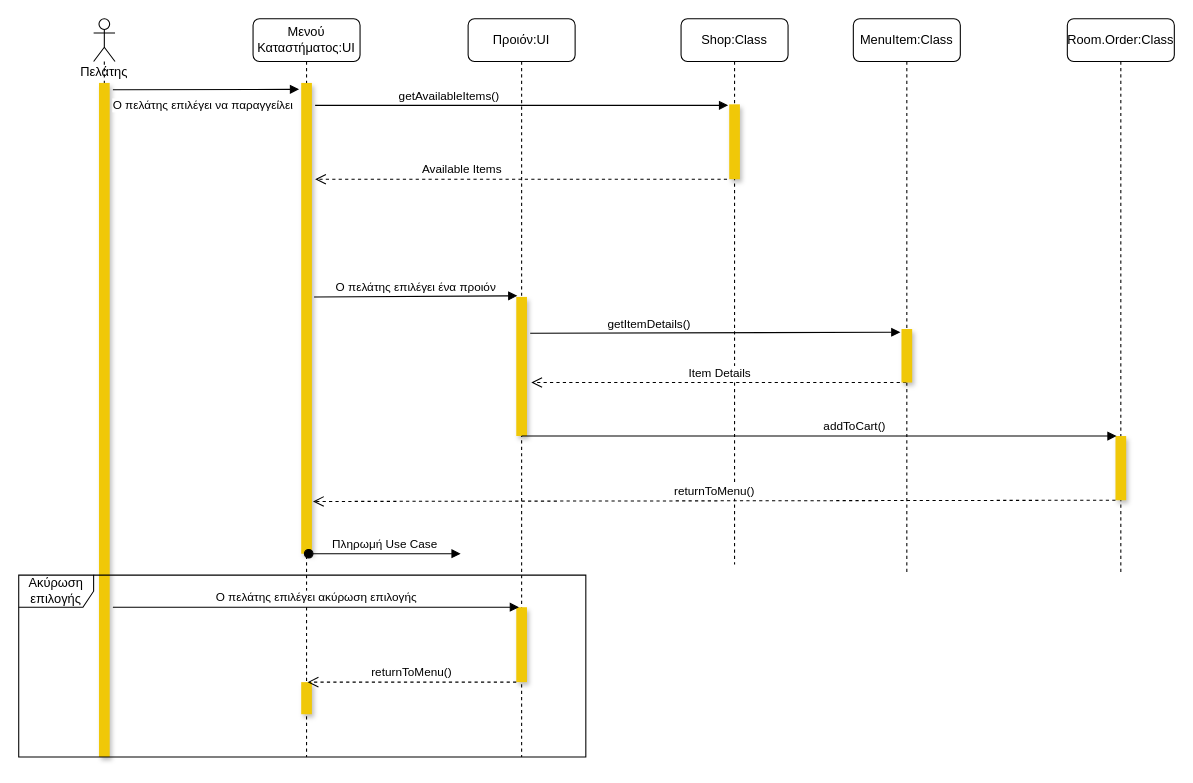
Earlier version of the draw.io diagram docs/contributions/AthanasiaZ/Writing-Charts/Phase5/Use Case Order/order_seq.drawio (iloudaros/nomnomr). Source tidied: cells renumbered, new cells numbered last; positions are measured from the earlier drawing's top-left corner, leaving out a move shared by most shapes. Both pictures are drawn from the tidied source at 107%, with x=0, y=0 at pixel (18, 18).
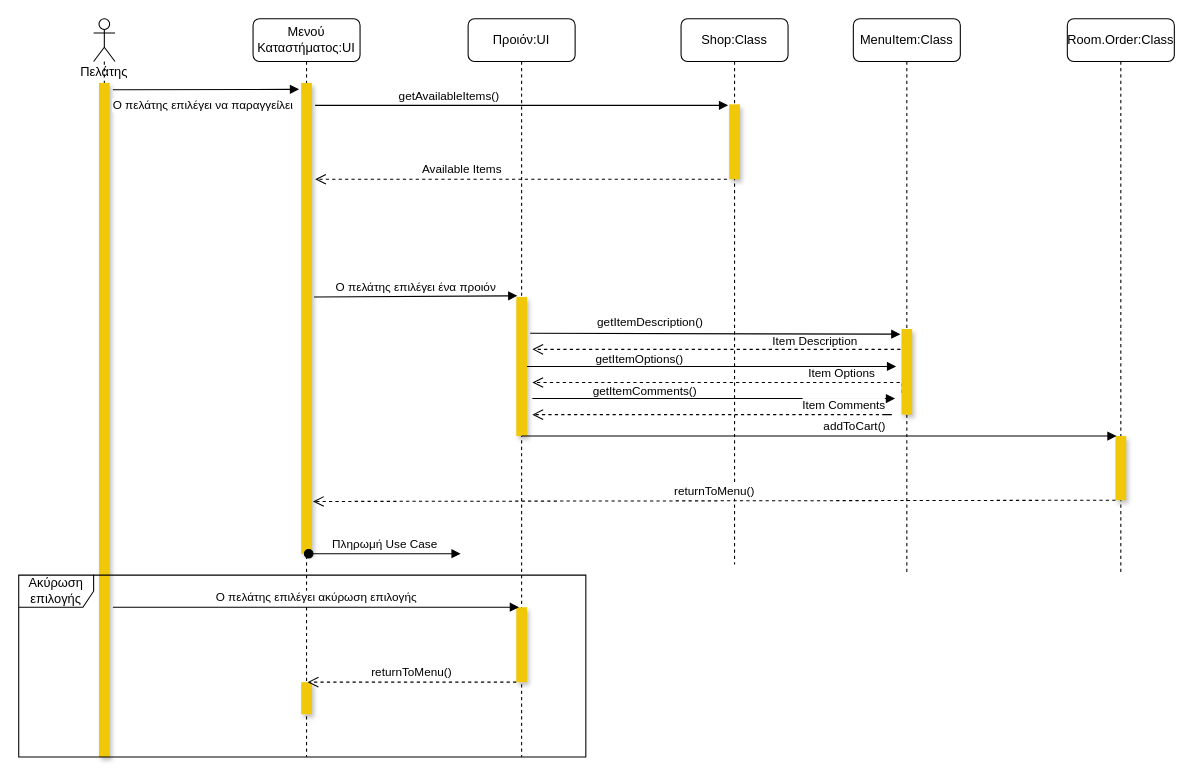
The same page after the edit.

Unchanged cells that the change refers to:
```xml
<mxCell id="10" value="Shop:Class" style="shape=umlLifeline;perimeter=lifelinePerimeter;whiteSpace=wrap;html=1;rounded=1;" parent="1" vertex="1">
  <mxGeometry x="619" width="100" height="510" as="geometry" />
</mxCell>
<mxCell id="14" value="Προιόν:UI" style="shape=umlLifeline;perimeter=lifelinePerimeter;whiteSpace=wrap;html=1;rounded=1;" parent="1" vertex="1">
  <mxGeometry x="420" width="100" height="690" as="geometry" />
</mxCell>
<mxCell id="15" style="html=1;points=[];perimeter=orthogonalPerimeter;rounded=0;fillColor=#F0C808;strokeColor=none;shadow=1;" parent="14" vertex="1">
  <mxGeometry x="45" y="260" width="10" height="130" as="geometry" />
</mxCell>
<mxCell id="25" value="MenuItem:Class" style="shape=umlLifeline;perimeter=lifelinePerimeter;whiteSpace=wrap;html=1;outlineConnect=0;rounded=1;" parent="1" vertex="1">
  <mxGeometry x="780" width="100" height="520" as="geometry" />
</mxCell>
```

Diff of the diagram source:
```diff
@@
+    <mxCell id="13" value="Item Description" style="html=1;verticalAlign=bottom;endArrow=open;dashed=1;endSize=8;rounded=0;edgeStyle=orthogonalEdgeStyle;" parent="1" edge="1">
+      <mxGeometry x="-0.51" y="1" relative="1" as="geometry">
+        <mxPoint x="830" y="309" as="sourcePoint" />
+        <mxPoint x="480" y="309" as="targetPoint" />
+      </mxGeometry>
+    </mxCell>
@@
-    <mxCell id="13" value="Item Details" style="html=1;verticalAlign=bottom;endArrow=open;dashed=1;endSize=8;rounded=0;" parent="10" edge="1" source="25">
-      <mxGeometry relative="1" as="geometry">
-        <mxPoint x="-140" y="340" as="targetPoint" />
-      </mxGeometry>
-    </mxCell>
+    <mxCell id="28" value="Item Options" style="html=1;verticalAlign=bottom;endArrow=open;dashed=1;endSize=8;rounded=0;edgeStyle=orthogonalEdgeStyle;exitX=0.06;exitY=0.376;exitDx=0;exitDy=0;exitPerimeter=0;" parent="10" edge="1">
+      <mxGeometry x="-0.63" relative="1" as="geometry">
+        <mxPoint x="206.6" y="349.8" as="sourcePoint" />
+        <mxPoint x="-139" y="340" as="targetPoint" />
+        <Array as="points">
+          <mxPoint x="207" y="340" />
+        </Array>
+      </mxGeometry>
+    </mxCell>
@@
-    <mxCell id="18" value="getItemDetails()" style="html=1;verticalAlign=bottom;endArrow=block;rounded=0;entryX=-0.1;entryY=0.06;entryDx=0;entryDy=0;entryPerimeter=0;" parent="14" edge="1" target="26">
-      <mxGeometry x="-0.36" y="-1" relative="1" as="geometry">
+    <mxCell id="18" value="getItemDescription()" style="html=1;verticalAlign=bottom;endArrow=block;rounded=0;entryX=-0.1;entryY=0.06;entryDx=0;entryDy=0;entryPerimeter=0;" parent="14" edge="1" target="26">
+      <mxGeometry x="-0.35" y="1" relative="1" as="geometry">
         <mxPoint x="58" y="294" as="sourcePoint" />
       </mxGeometry>
     </mxCell>
@@
     <mxCell id="26" style="html=1;points=[];perimeter=orthogonalPerimeter;rounded=0;fillColor=#F0C808;strokeColor=none;shadow=1;" parent="25" vertex="1">
-      <mxGeometry x="45" y="290" width="10" height="50" as="geometry" />
+      <mxGeometry x="45" y="290" width="10" height="80" as="geometry" />
     </mxCell>
@@
+    <mxCell id="29" style="edgeStyle=orthogonalEdgeStyle;rounded=0;jettySize=auto;html=1;endArrow=block;endFill=1;" parent="1" edge="1" source="15">
+      <mxGeometry relative="1" as="geometry">
+        <mxPoint x="820" y="325" as="targetPoint" />
+      </mxGeometry>
+    </mxCell>
+    <mxCell id="30" value="&lt;font style=&quot;font-size: 11px;&quot;&gt;getItemOptions()&lt;/font&gt;" style="text;html=1;align=center;verticalAlign=middle;strokeColor=none;fillColor=none;" parent="1" vertex="1">
+      <mxGeometry x="530" y="308" width="100" height="20" as="geometry" />
+    </mxCell>
+    <mxCell id="31" value="getItemComments()" style="html=1;verticalAlign=bottom;endArrow=block;rounded=0;" parent="1" edge="1">
+      <mxGeometry x="-0.38" y="-2" relative="1" as="geometry">
+        <mxPoint x="480" y="355" as="sourcePoint" />
+        <mxPoint x="819" y="355" as="targetPoint" />
+      </mxGeometry>
+    </mxCell>
+    <mxCell id="32" value="Item Comments" style="html=1;verticalAlign=bottom;endArrow=open;dashed=1;endSize=8;rounded=0;edgeStyle=orthogonalEdgeStyle;" parent="1" edge="1">
+      <mxGeometry x="-0.7" relative="1" as="geometry">
+        <mxPoint x="810" y="370" as="sourcePoint" />
+        <mxPoint x="480" y="370" as="targetPoint" />
+        <Array as="points">
+          <mxPoint x="816" y="370.2" />
+        </Array>
+      </mxGeometry>
+    </mxCell>
```
